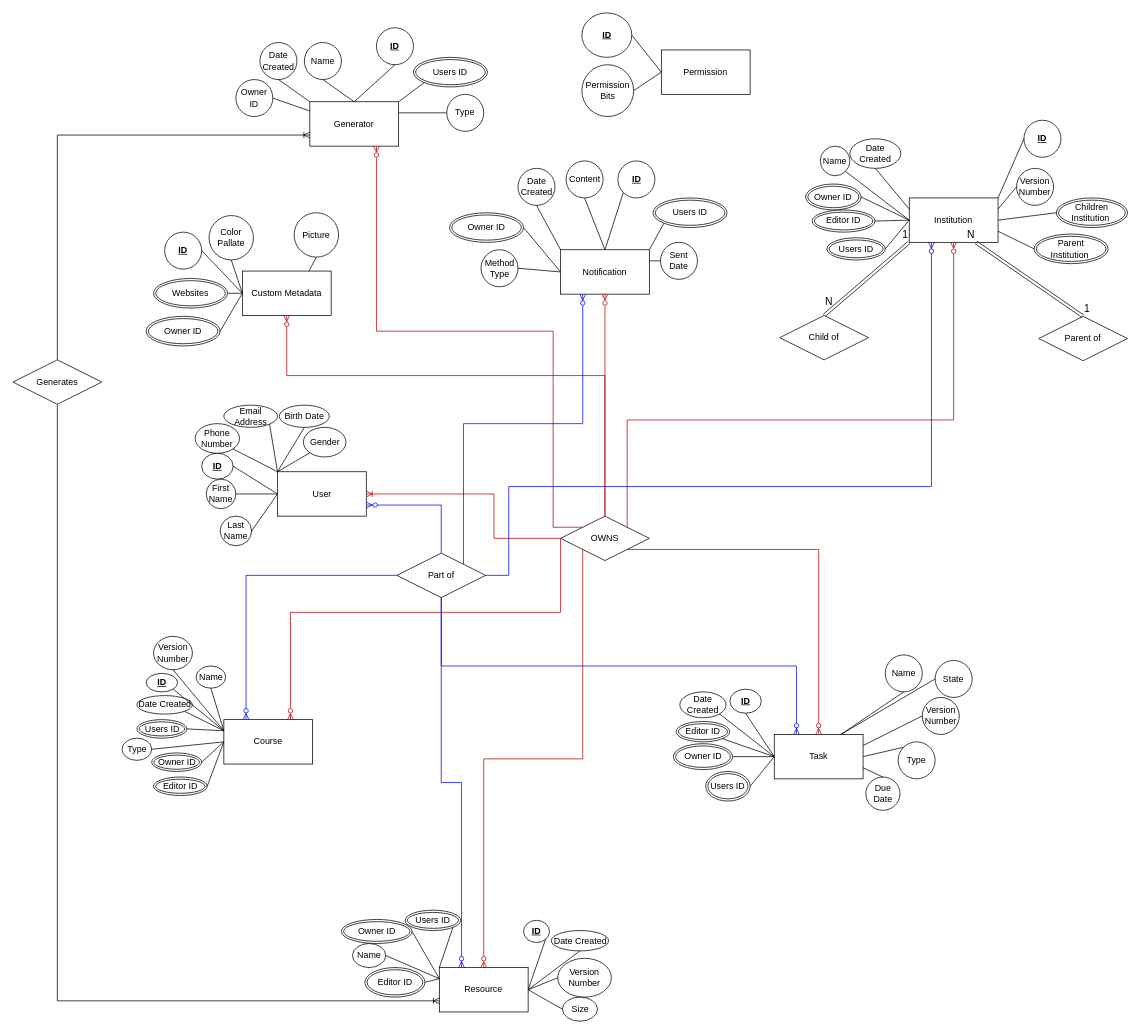
Before: diagrams/db/DatabaseER.drawio in Apollo-LW/Apollo-LW, a draw.io diagram. Source tidied: cells renumbered, new cells numbered last; positions are measured from the earlier drawing's top-left corner, leaving out a move shared by most shapes. Both pictures are drawn from the tidied source at 74%, with x=0, y=0 at pixel (13, 13).
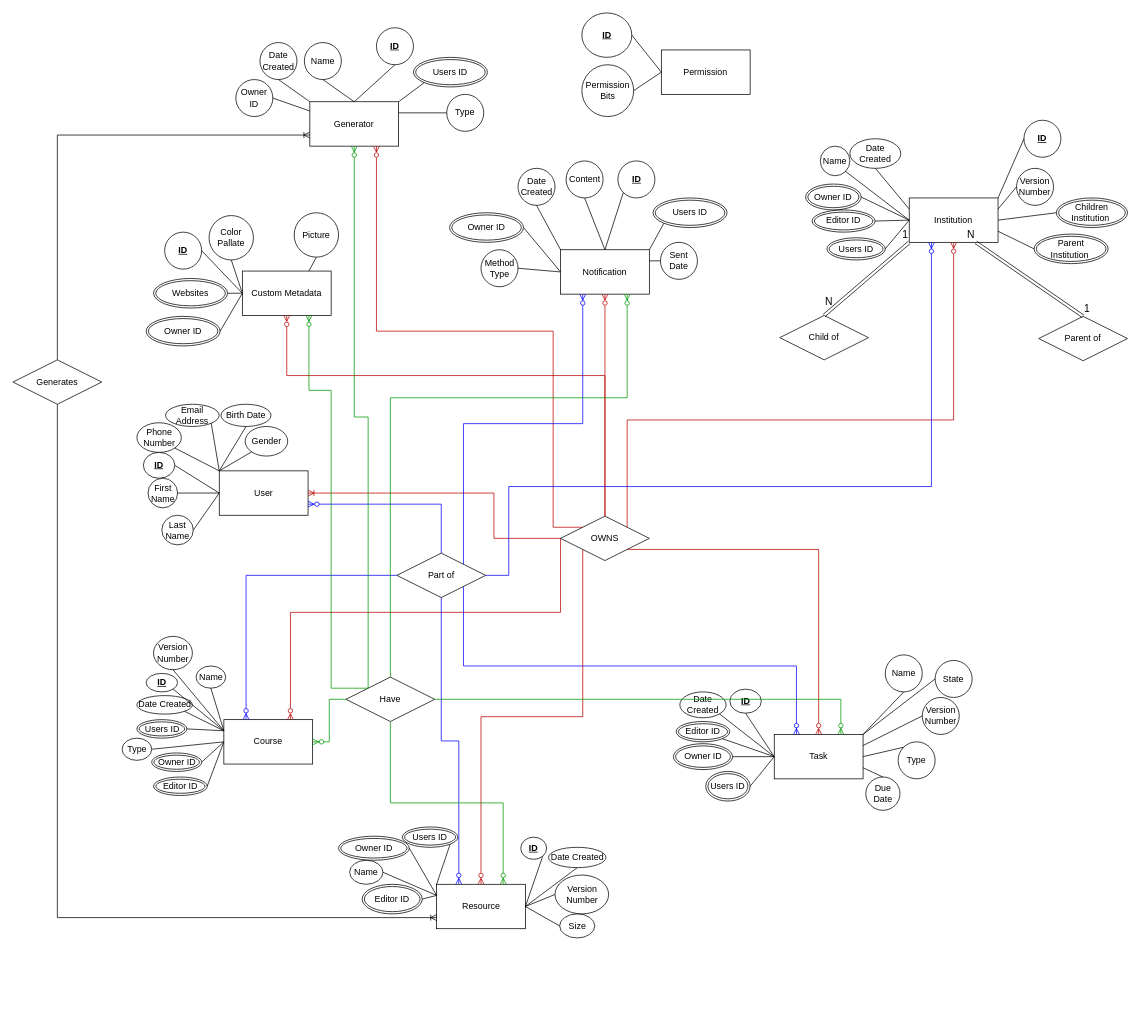
The same page after the edit.

Commit message:
Add Have relationship between course and entities

The change refers to these unchanged cells:
```xml
<mxCell id="22" value="Notification" style="rounded=0;whiteSpace=wrap;html=1;" parent="1" vertex="1">
  <mxGeometry x="740" y="320" width="120" height="60" as="geometry" />
</mxCell>
<mxCell id="36" value="Course" style="rounded=0;whiteSpace=wrap;html=1;" parent="1" vertex="1">
  <mxGeometry x="285" y="955" width="120" height="60" as="geometry" />
</mxCell>
<mxCell id="58" value="Part of" style="shape=rhombus;perimeter=rhombusPerimeter;whiteSpace=wrap;html=1;align=center;" parent="1" vertex="1">
  <mxGeometry x="518.8" y="730" width="120" height="60" as="geometry" />
</mxCell>
<mxCell id="59" value="Task" style="rounded=0;whiteSpace=wrap;html=1;" parent="1" vertex="1">
  <mxGeometry x="1028.8" y="975" width="120" height="60" as="geometry" />
</mxCell>
<mxCell id="62" value="Name" style="ellipse;whiteSpace=wrap;html=1;" parent="1" vertex="1">
  <mxGeometry x="1178.8" y="867.5" width="50" height="50" as="geometry" />
</mxCell>
<mxCell id="67" value="State" style="ellipse;whiteSpace=wrap;html=1;" parent="1" vertex="1">
  <mxGeometry x="1246.2" y="875" width="50" height="50" as="geometry" />
</mxCell>
<mxCell id="122" value="Custom Metadata" style="rounded=0;whiteSpace=wrap;html=1;" parent="1" vertex="1">
  <mxGeometry x="310" y="348.8" width="120" height="60" as="geometry" />
</mxCell>
<mxCell id="134" value="Generator" style="rounded=0;whiteSpace=wrap;html=1;" parent="1" vertex="1">
  <mxGeometry x="401.2" y="120" width="120" height="60" as="geometry" />
</mxCell>
```

Change to the diagram source:
```diff
@@
     <mxCell id="7" value="User" style="rounded=0;whiteSpace=wrap;html=1;" parent="1" vertex="1">
-      <mxGeometry x="357.5" y="620" width="120" height="60" as="geometry" />
+      <mxGeometry x="278.8" y="618.8" width="120" height="60" as="geometry" />
     </mxCell>
     <mxCell id="8" value="&lt;b&gt;&lt;u&gt;ID&lt;/u&gt;&lt;/b&gt;" style="ellipse;whiteSpace=wrap;html=1;" parent="1" vertex="1">
-      <mxGeometry x="255" y="595" width="42.5" height="35" as="geometry" />
+      <mxGeometry x="176.2" y="593.8" width="42.5" height="35" as="geometry" />
     </mxCell>
     <mxCell id="9" value="First Name" style="ellipse;whiteSpace=wrap;html=1;" parent="1" vertex="1">
-      <mxGeometry x="261.2" y="630" width="40" height="40" as="geometry" />
+      <mxGeometry x="182.5" y="628.8" width="40" height="40" as="geometry" />
     </mxCell>
     <mxCell id="10" value="Last Name" style="ellipse;whiteSpace=wrap;html=1;" parent="1" vertex="1">
-      <mxGeometry x="280" y="680" width="42.5" height="40" as="geometry" />
+      <mxGeometry x="201.2" y="678.8" width="42.5" height="40" as="geometry" />
     </mxCell>
     <mxCell id="11" value="Email Address" style="ellipse;whiteSpace=wrap;html=1;" parent="1" vertex="1">
-      <mxGeometry x="285" y="530" width="72.5" height="30" as="geometry" />
+      <mxGeometry x="206.2" y="528.8" width="72.5" height="30" as="geometry" />
     </mxCell>
     <mxCell id="12" value="Phone Number" style="ellipse;whiteSpace=wrap;html=1;" parent="1" vertex="1">
-      <mxGeometry x="246.2" y="555" width="60" height="40" as="geometry" />
+      <mxGeometry x="167.5" y="553.8" width="60" height="40" as="geometry" />
     </mxCell>
     <mxCell id="13" value="Birth Date" style="ellipse;whiteSpace=wrap;html=1;" parent="1" vertex="1">
-      <mxGeometry x="360" y="530" width="67.5" height="30" as="geometry" />
+      <mxGeometry x="281.2" y="528.8" width="67.5" height="30" as="geometry" />
     </mxCell>
     <mxCell id="14" value="Gender" style="ellipse;whiteSpace=wrap;html=1;" parent="1" vertex="1">
-      <mxGeometry x="392.5" y="560" width="57.5" height="40" as="geometry" />
+      <mxGeometry x="313.8" y="558.8" width="57.5" height="40" as="geometry" />
     </mxCell>
@@
-    <mxCell id="69" style="endArrow=none;html=1;rounded=0;exitX=0.5;exitY=1;exitDx=0;exitDy=0;entryX=0.75;entryY=0;entryDx=0;entryDy=0;" parent="1" edge="1" source="62" target="59">
+    <mxCell id="69" style="endArrow=none;html=1;rounded=0;exitX=0.5;exitY=1;exitDx=0;exitDy=0;entryX=1;entryY=0;entryDx=0;entryDy=0;" parent="1" edge="1" source="62" target="59">
       <mxGeometry relative="1" as="geometry" />
     </mxCell>
-    <mxCell id="70" style="endArrow=none;html=1;rounded=0;exitX=0;exitY=0.5;exitDx=0;exitDy=0;entryX=0.75;entryY=0;entryDx=0;entryDy=0;" parent="1" edge="1" source="67" target="59">
+    <mxCell id="70" style="endArrow=none;html=1;rounded=0;exitX=0;exitY=0.5;exitDx=0;exitDy=0;entryX=1;entryY=0;entryDx=0;entryDy=0;" parent="1" edge="1" source="67" target="59">
       <mxGeometry relative="1" as="geometry" />
     </mxCell>
@@
-    <mxCell id="82" style="edgeStyle=orthogonalEdgeStyle;fontSize=12;html=1;endArrow=none;endFill=0;startArrow=ERzeroToMany;rounded=0;entryX=0.5;entryY=1;entryDx=0;entryDy=0;exitX=0.25;exitY=0;exitDx=0;exitDy=0;strokeColor=#0000FF;" parent="1" edge="1" source="59" target="58">
+    <mxCell id="82" style="edgeStyle=orthogonalEdgeStyle;fontSize=12;html=1;endArrow=none;endFill=0;startArrow=ERzeroToMany;rounded=0;entryX=1;entryY=1;entryDx=0;entryDy=0;exitX=0.25;exitY=0;exitDx=0;exitDy=0;strokeColor=#0000FF;" parent="1" edge="1" source="59" target="58">
       <mxGeometry relative="1" as="geometry" />
     </mxCell>
@@
     <mxCell id="103" value="Resource" style="rounded=0;whiteSpace=wrap;html=1;" parent="1" vertex="1">
-      <mxGeometry x="576.2" y="1290" width="120" height="60" as="geometry" />
+      <mxGeometry x="572.5" y="1177.5" width="120" height="60" as="geometry" />
     </mxCell>
     <mxCell id="104" value="Name" style="ellipse;whiteSpace=wrap;html=1;" parent="1" vertex="1">
-      <mxGeometry x="458.8" y="1257.5" width="45" height="32.5" as="geometry" />
+      <mxGeometry x="455" y="1145" width="45" height="32.5" as="geometry" />
     </mxCell>
     <mxCell id="105" value="Date Created" style="ellipse;whiteSpace=wrap;html=1;" parent="1" vertex="1">
-      <mxGeometry x="727.5" y="1240" width="77.5" height="27.5" as="geometry" />
+      <mxGeometry x="723.8" y="1127.5" width="77.5" height="27.5" as="geometry" />
     </mxCell>
     <mxCell id="106" value="&lt;b&gt;&lt;u&gt;ID&lt;/u&gt;&lt;/b&gt;" style="ellipse;whiteSpace=wrap;html=1;" parent="1" vertex="1">
-      <mxGeometry x="690" y="1226.2" width="35" height="30" as="geometry" />
+      <mxGeometry x="686.2" y="1113.8" width="35" height="30" as="geometry" />
     </mxCell>
     <mxCell id="107" value="Version Number" style="ellipse;whiteSpace=wrap;html=1;" parent="1" vertex="1">
-      <mxGeometry x="736.2" y="1277.5" width="72.5" height="52.5" as="geometry" />
+      <mxGeometry x="732.5" y="1165" width="72.5" height="52.5" as="geometry" />
     </mxCell>
     <mxCell id="108" value="Size" style="ellipse;whiteSpace=wrap;html=1;" parent="1" vertex="1">
-      <mxGeometry x="742.5" y="1330" width="47.5" height="32.5" as="geometry" />
+      <mxGeometry x="738.8" y="1217.5" width="47.5" height="32.5" as="geometry" />
     </mxCell>
@@
     <mxCell id="114" value="Owner ID" style="ellipse;shape=doubleEllipse;margin=3;whiteSpace=wrap;html=1;align=center;" parent="1" vertex="1">
-      <mxGeometry x="443.8" y="1225" width="95.6" height="32.5" as="geometry" />
+      <mxGeometry x="440" y="1112.5" width="95.6" height="32.5" as="geometry" />
     </mxCell>
@@
     <mxCell id="116" value="Editor ID" style="ellipse;shape=doubleEllipse;margin=3;whiteSpace=wrap;html=1;align=center;" parent="1" vertex="1">
-      <mxGeometry x="475.6" y="1290" width="81.2" height="40" as="geometry" />
+      <mxGeometry x="471.9" y="1177.5" width="81.2" height="40" as="geometry" />
     </mxCell>
@@
     <mxCell id="118" value="Users ID" style="ellipse;shape=doubleEllipse;margin=3;whiteSpace=wrap;html=1;align=center;" parent="1" vertex="1">
-      <mxGeometry x="530" y="1212.5" width="75" height="27.5" as="geometry" />
+      <mxGeometry x="526.2" y="1100" width="75" height="27.5" as="geometry" />
     </mxCell>
@@
+    <mxCell id="162" value="Have" style="shape=rhombus;perimeter=rhombusPerimeter;whiteSpace=wrap;html=1;align=center;" parent="1" vertex="1">
+      <mxGeometry x="450" y="897.5" width="120" height="60" as="geometry" />
+    </mxCell>
+    <mxCell id="163" style="edgeStyle=orthogonalEdgeStyle;fontSize=12;html=1;endArrow=ERzeroToMany;endFill=1;startArrow=none;rounded=0;entryX=1;entryY=0.5;entryDx=0;entryDy=0;exitX=0;exitY=0.5;exitDx=0;exitDy=0;startFill=0;strokeColor=#009900;" parent="1" edge="1" source="162" target="36">
+      <mxGeometry relative="1" as="geometry" />
+    </mxCell>
+    <mxCell id="164" style="edgeStyle=orthogonalEdgeStyle;fontSize=12;html=1;endArrow=ERzeroToMany;endFill=1;startArrow=none;rounded=0;entryX=0.75;entryY=0;entryDx=0;entryDy=0;exitX=0.5;exitY=1;exitDx=0;exitDy=0;startFill=0;strokeColor=#009900;" parent="1" edge="1" source="162" target="103">
+      <mxGeometry relative="1" as="geometry" />
+    </mxCell>
+    <mxCell id="165" style="edgeStyle=orthogonalEdgeStyle;fontSize=12;html=1;endArrow=ERzeroToMany;endFill=1;startArrow=none;rounded=0;entryX=0.75;entryY=0;entryDx=0;entryDy=0;exitX=1;exitY=0.5;exitDx=0;exitDy=0;startFill=0;strokeColor=#009900;" parent="1" edge="1" source="162" target="59">
+      <mxGeometry relative="1" as="geometry" />
+    </mxCell>
+    <mxCell id="166" style="edgeStyle=orthogonalEdgeStyle;fontSize=12;html=1;endArrow=ERzeroToMany;endFill=1;startArrow=none;rounded=0;entryX=0.75;entryY=1;entryDx=0;entryDy=0;exitX=0.5;exitY=0;exitDx=0;exitDy=0;startFill=0;strokeColor=#009900;" parent="1" edge="1" source="162" target="22">
+      <mxGeometry relative="1" as="geometry">
+        <Array as="points">
+          <mxPoint x="510" y="520" />
+          <mxPoint x="830" y="520" />
+        </Array>
+      </mxGeometry>
+    </mxCell>
+    <mxCell id="167" style="edgeStyle=orthogonalEdgeStyle;fontSize=12;html=1;endArrow=ERzeroToMany;endFill=1;startArrow=none;rounded=0;entryX=0.75;entryY=1;entryDx=0;entryDy=0;exitX=0;exitY=0;exitDx=0;exitDy=0;startFill=0;strokeColor=#009900;" parent="1" edge="1" source="162" target="122">
+      <mxGeometry relative="1" as="geometry">
+        <Array as="points">
+          <mxPoint x="430" y="913" />
+          <mxPoint x="430" y="510" />
+          <mxPoint x="400" y="510" />
+        </Array>
+      </mxGeometry>
+    </mxCell>
+    <mxCell id="168" style="edgeStyle=elbowEdgeStyle;fontSize=12;html=1;endArrow=ERzeroToMany;endFill=1;startArrow=none;rounded=0;entryX=0.5;entryY=1;entryDx=0;entryDy=0;exitX=0;exitY=0;exitDx=0;exitDy=0;startFill=0;strokeColor=#009900;elbow=vertical;" parent="1" edge="1" source="162" target="134">
+      <mxGeometry relative="1" as="geometry" />
+    </mxCell>
```
